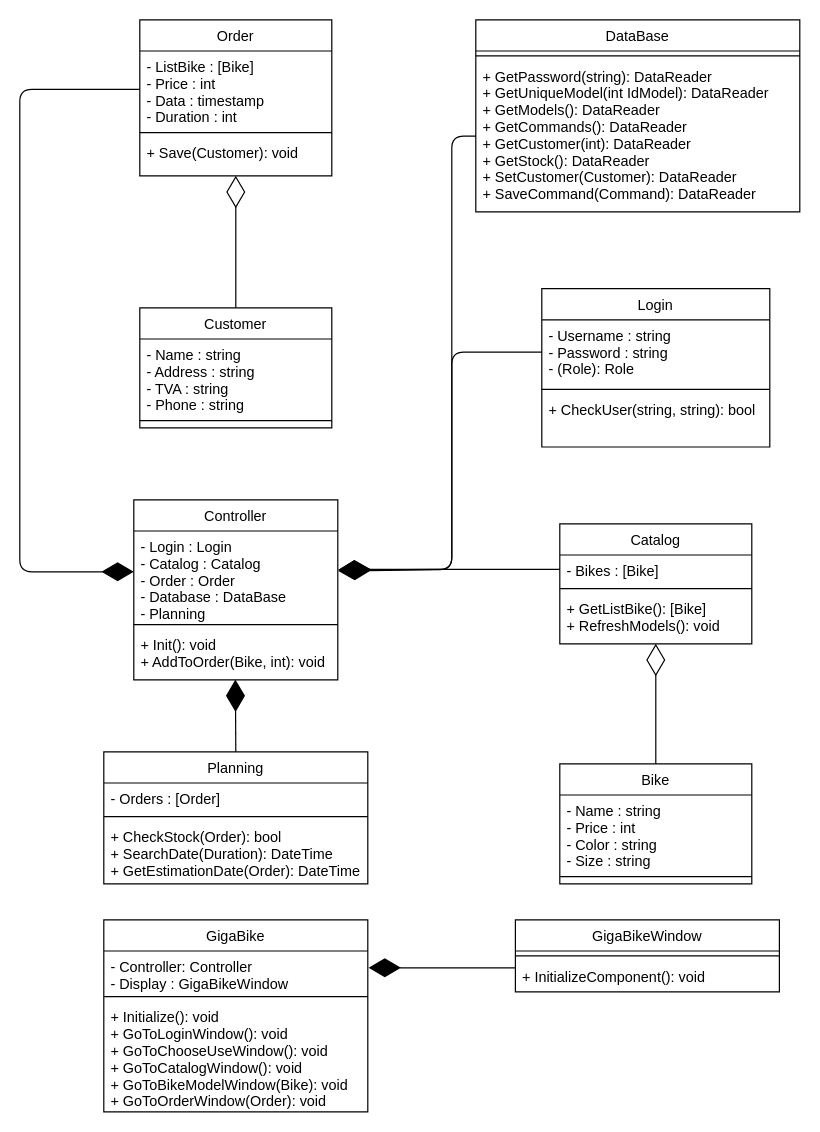
Earlier version of the draw.io diagram Diagrams/ClassDiagram.drawio (alex210501/GigaBike). Source tidied: cells renumbered, new cells numbered last; positions are measured from the earlier drawing's top-left corner, leaving out a move shared by most shapes. Both pictures are drawn from the tidied source at 120%, with x=0, y=0 at pixel (19, 19).
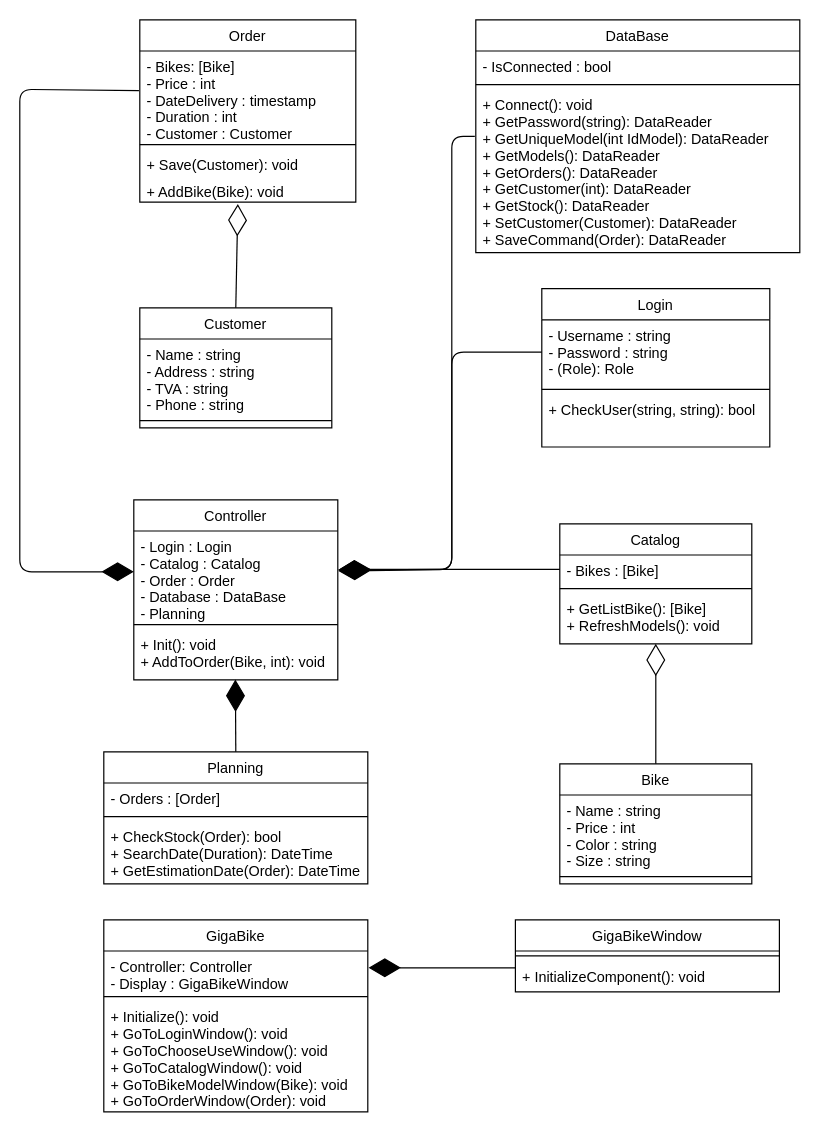
The same page after the edit.

Commit message (it also covers changes not shown here):
Add the DataBase, Customer and Order class

Unchanged cells that the change refers to:
```xml
<mxCell id="6" value="Customer" style="swimlane;fontStyle=0;align=center;verticalAlign=top;horizontal=1;startSize=26;rounded=0;shadow=0;strokeWidth=1;" parent="1" vertex="1">
  <mxGeometry x="100" y="240" width="160" height="100" as="geometry" />
</mxCell>
<mxCell id="25" value="- Login : Login&#10;- Catalog : Catalog&#10;- Order : Order&#10;- Database : DataBase&#10;- Planning" style="text;align=left;verticalAlign=top;spacingLeft=4;spacingRight=4;overflow=hidden;points=[[0,0.5],[1,0.5]];portConstraint=eastwest;" parent="24" vertex="1">
  <mxGeometry y="26" width="170" height="74" as="geometry" />
</mxCell>
```

Diff of the diagram source:
```diff
@@
     <mxCell id="2" value="Order" style="swimlane;fontStyle=0;align=center;verticalAlign=top;horizontal=1;startSize=26;rounded=0;shadow=0;strokeWidth=1;" parent="1" vertex="1">
-      <mxGeometry x="100" width="160" height="130" as="geometry" />
+      <mxGeometry x="100" width="180" height="152" as="geometry" />
     </mxCell>
-    <mxCell id="3" value="- ListBike : [Bike]&#10;- Price : int&#10;- Data : timestamp&#10;- Duration : int" style="text;align=left;verticalAlign=top;spacingLeft=4;spacingRight=4;overflow=hidden;points=[[0,0.5],[1,0.5]];portConstraint=eastwest;" parent="2" vertex="1">
-      <mxGeometry y="26" width="160" height="64" as="geometry" />
+    <mxCell id="3" value="- Bikes: [Bike]&#10;- Price : int&#10;- DateDelivery : timestamp&#10;- Duration : int&#10;- Customer : Customer" style="text;align=left;verticalAlign=top;spacingLeft=4;spacingRight=4;overflow=hidden;points=[[0,0.5],[1,0.5]];portConstraint=eastwest;" parent="2" vertex="1">
+      <mxGeometry y="26" width="180" height="74" as="geometry" />
     </mxCell>
     <mxCell id="4" style="line;html=1;strokeWidth=1;align=left;verticalAlign=middle;spacingTop=-1;spacingLeft=3;spacingRight=3;labelPosition=right;" parent="2" vertex="1">
-      <mxGeometry y="90" width="160" height="8" as="geometry" />
+      <mxGeometry y="100" width="180" height="8" as="geometry" />
     </mxCell>
     <mxCell id="5" value="+ Save(Customer): void" style="text;align=left;verticalAlign=top;spacingLeft=4;spacingRight=4;overflow=hidden;" parent="2" vertex="1">
-      <mxGeometry y="98" width="160" height="30" as="geometry" />
+      <mxGeometry y="108" width="180" height="22" as="geometry" />
     </mxCell>
+    <mxCell id="46" value="+ AddBike(Bike): void" style="text;align=left;verticalAlign=top;spacingLeft=4;spacingRight=4;overflow=hidden;points=[[0,0.5],[1,0.5]];portConstraint=eastwest;" parent="2" vertex="1">
+      <mxGeometry y="130" width="180" height="22" as="geometry" />
+    </mxCell>
@@
     <mxCell id="13" value="DataBase" style="swimlane;fontStyle=0;align=center;verticalAlign=top;horizontal=1;startSize=26;rounded=0;shadow=0;strokeWidth=1;" parent="1" vertex="1">
-      <mxGeometry x="380" width="270" height="160" as="geometry" />
+      <mxGeometry x="380" width="270" height="194" as="geometry" />
     </mxCell>
+    <mxCell id="47" value="- IsConnected : bool" style="text;align=left;verticalAlign=top;spacingLeft=4;spacingRight=4;overflow=hidden;" parent="13" vertex="1">
+      <mxGeometry y="26" width="270" height="24" as="geometry" />
+    </mxCell>
     <mxCell id="14" style="line;html=1;strokeWidth=1;align=left;verticalAlign=middle;spacingTop=-1;spacingLeft=3;spacingRight=3;labelPosition=right;" parent="13" vertex="1">
-      <mxGeometry y="26" width="270" height="8" as="geometry" />
+      <mxGeometry y="50" width="270" height="8" as="geometry" />
     </mxCell>
-    <mxCell id="15" value="+ GetPassword(string): DataReader&#10;+ GetUniqueModel(int IdModel): DataReader&#10;+ GetModels(): DataReader&#10;+ GetCommands(): DataReader&#10;+ GetCustomer(int): DataReader&#10;+ GetStock(): DataReader&#10;+ SetCustomer(Customer): DataReader&#10;+ SaveCommand(Command): DataReader" style="text;align=left;verticalAlign=top;spacingLeft=4;spacingRight=4;overflow=hidden;points=[[0,0.5],[1,0.5]];portConstraint=eastwest;" parent="13" vertex="1">
-      <mxGeometry y="34" width="270" height="126" as="geometry" />
+    <mxCell id="15" value="+ Connect(): void&#10;+ GetPassword(string): DataReader&#10;+ GetUniqueModel(int IdModel): DataReader&#10;+ GetModels(): DataReader&#10;+ GetOrders(): DataReader&#10;+ GetCustomer(int): DataReader&#10;+ GetStock(): DataReader&#10;+ SetCustomer(Customer): DataReader&#10;+ SaveCommand(Order): DataReader" style="text;align=left;verticalAlign=top;spacingLeft=4;spacingRight=4;overflow=hidden;points=[[0,0.5],[1,0.5]];portConstraint=eastwest;" parent="13" vertex="1">
+      <mxGeometry y="58" width="270" height="136" as="geometry" />
     </mxCell>
-    <mxCell id="16" style="endArrow=diamondThin;endFill=0;endSize=24;html=1;exitX=0.5;exitY=0;exitDx=0;exitDy=0;entryX=0.5;entryY=1;entryDx=0;entryDy=0;" parent="1" edge="1" source="6" target="2">
+    <mxCell id="16" style="endArrow=diamondThin;endFill=0;endSize=24;html=1;exitX=0.5;exitY=0;exitDx=0;exitDy=0;entryX=0.454;entryY=1.069;entryDx=0;entryDy=0;entryPerimeter=0;" parent="1" edge="1" source="6" target="46">
       <mxGeometry relative="1" as="geometry" />
     </mxCell>
@@
-    <mxCell id="38" style="endArrow=diamondThin;endFill=1;endSize=24;html=1;exitX=0;exitY=0.5;exitDx=0;exitDy=0;entryX=1.003;entryY=0.436;entryDx=0;entryDy=0;entryPerimeter=0;" parent="1" edge="1" source="15" target="25">
+    <mxCell id="38" style="endArrow=diamondThin;endFill=1;endSize=24;html=1;exitX=-0.003;exitY=0.288;exitDx=0;exitDy=0;entryX=1.003;entryY=0.436;entryDx=0;entryDy=0;entryPerimeter=0;exitPerimeter=0;" parent="1" edge="1" source="15" target="25">
       <mxGeometry relative="1" as="geometry">
         <Array as="points">
           <mxPoint x="360" y="97" />
           <mxPoint x="360" y="458" />
           <mxPoint x="280" y="458" />
         </Array>
       </mxGeometry>
     </mxCell>
-    <mxCell id="39" style="endArrow=diamondThin;endFill=1;endSize=24;html=1;exitX=0;exitY=0.5;exitDx=0;exitDy=0;" parent="1" edge="1" source="3">
+    <mxCell id="39" style="endArrow=diamondThin;endFill=1;endSize=24;html=1;exitX=-0.004;exitY=0.446;exitDx=0;exitDy=0;exitPerimeter=0;" parent="1" edge="1" source="3">
       <mxGeometry relative="1" as="geometry">
         <mxPoint x="95" y="460" as="targetPoint" />
         <Array as="points">
           <mxPoint y="58" />
           <mxPoint y="460" />
         </Array>
       </mxGeometry>
     </mxCell>
```
